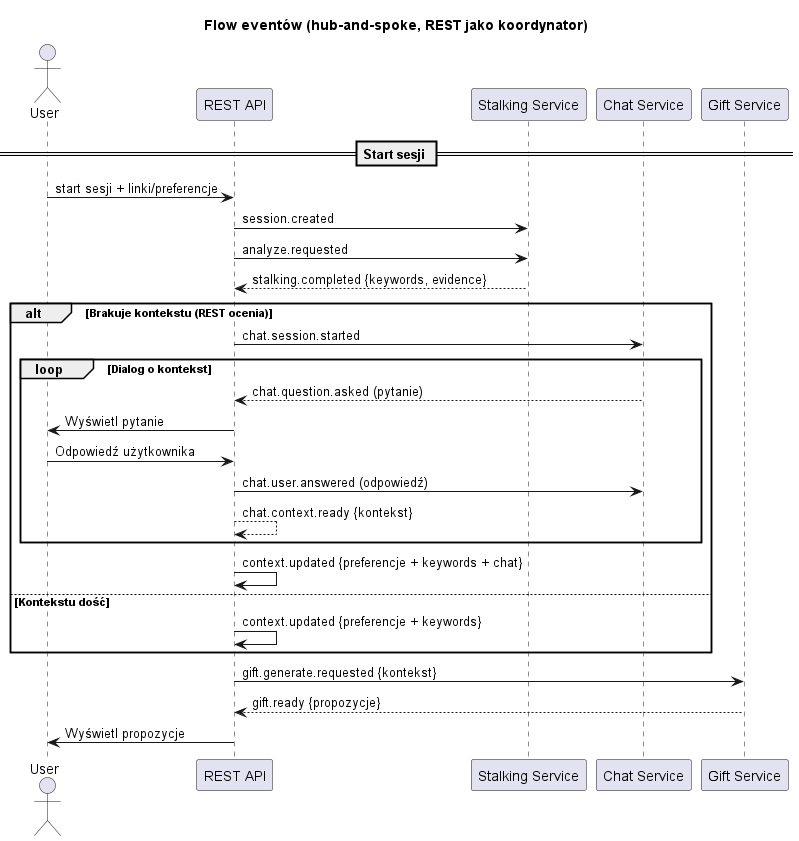
Generacja-Cuzi/ai-present-finder keeps this PlantUML diagram as sequence_diagram/sequence_diagram.png. Above is the earlier version. Its diagram source:
```plantuml
@startuml sequence_diagram
title Flow eventów (hub-and-spoke, REST jako koordynator)

actor User as U
participant "REST API" as REST
participant "Stalking Service" as STALK
participant "Chat Service" as CHAT
participant "Gift Service" as GIFT

== Start sesji ==
U -> REST: start sesji + linki/preferencje
REST -> STALK: session.created
REST -> STALK: analyze.requested

STALK --> REST: stalking.completed {keywords, evidence}

alt Brakuje kontekstu (REST ocenia)
  REST -> CHAT: chat.session.started
  loop Dialog o kontekst
    CHAT --> REST: chat.question.asked (pytanie)
    REST -> U: Wyświetl pytanie
    U -> REST: Odpowiedź użytkownika
    REST -> CHAT: chat.user.answered (odpowiedź)
    REST --> REST: chat.context.ready {kontekst}
  end

  REST -> REST: context.updated {preferencje + keywords + chat}
else Kontekstu dość
  REST -> REST: context.updated {preferencje + keywords}
end

REST -> GIFT: gift.generate.requested {kontekst}
GIFT --> REST: gift.ready {propozycje}
REST -> U: Wyświetl propozycje

@enduml
```
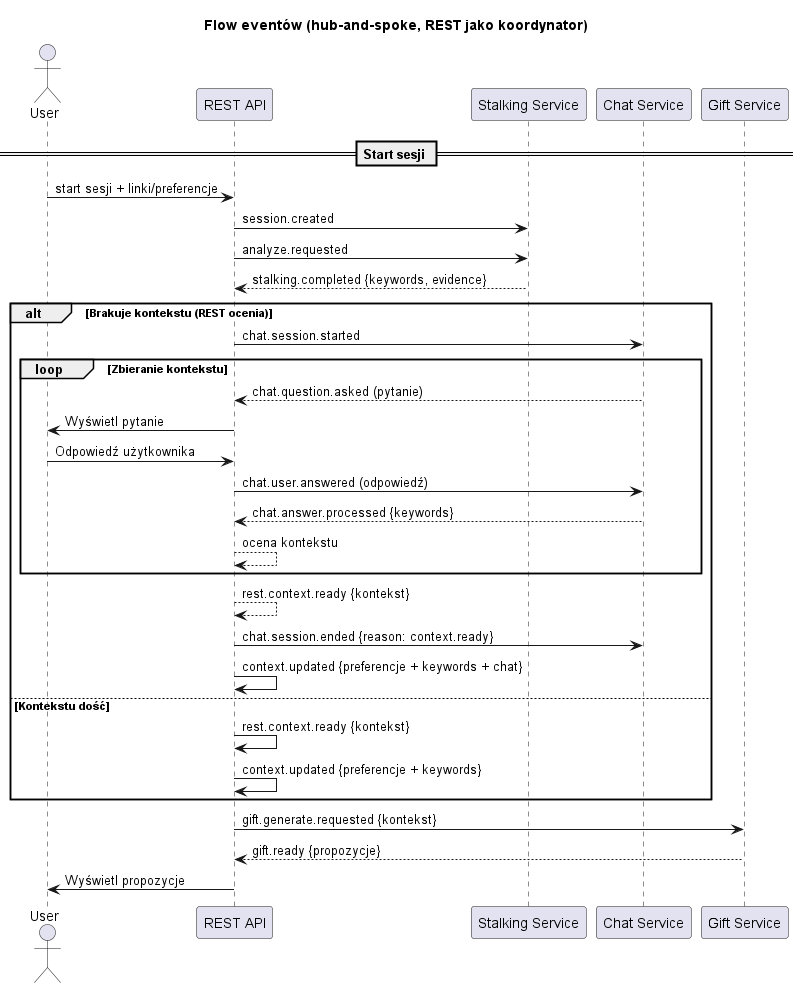
Above is the later version.

Diff of the diagram source:
```diff
@@ -16,16 +16,19 @@
 
 alt Brakuje kontekstu (REST ocenia)
   REST -> CHAT: chat.session.started
-  loop Dialog o kontekst
+  loop Zbieranie kontekstu
     CHAT --> REST: chat.question.asked (pytanie)
     REST -> U: Wyświetl pytanie
     U -> REST: Odpowiedź użytkownika
     REST -> CHAT: chat.user.answered (odpowiedź)
-    REST --> REST: chat.context.ready {kontekst}
+    CHAT --> REST: chat.answer.processed {keywords}
+    REST --> REST: ocena kontekstu
   end
-
+  REST --> REST: rest.context.ready {kontekst}
+  REST -> CHAT: chat.session.ended {reason: context.ready}
   REST -> REST: context.updated {preferencje + keywords + chat}
 else Kontekstu dość
+  REST -> REST: rest.context.ready {kontekst}
   REST -> REST: context.updated {preferencje + keywords}
 end
 
```
